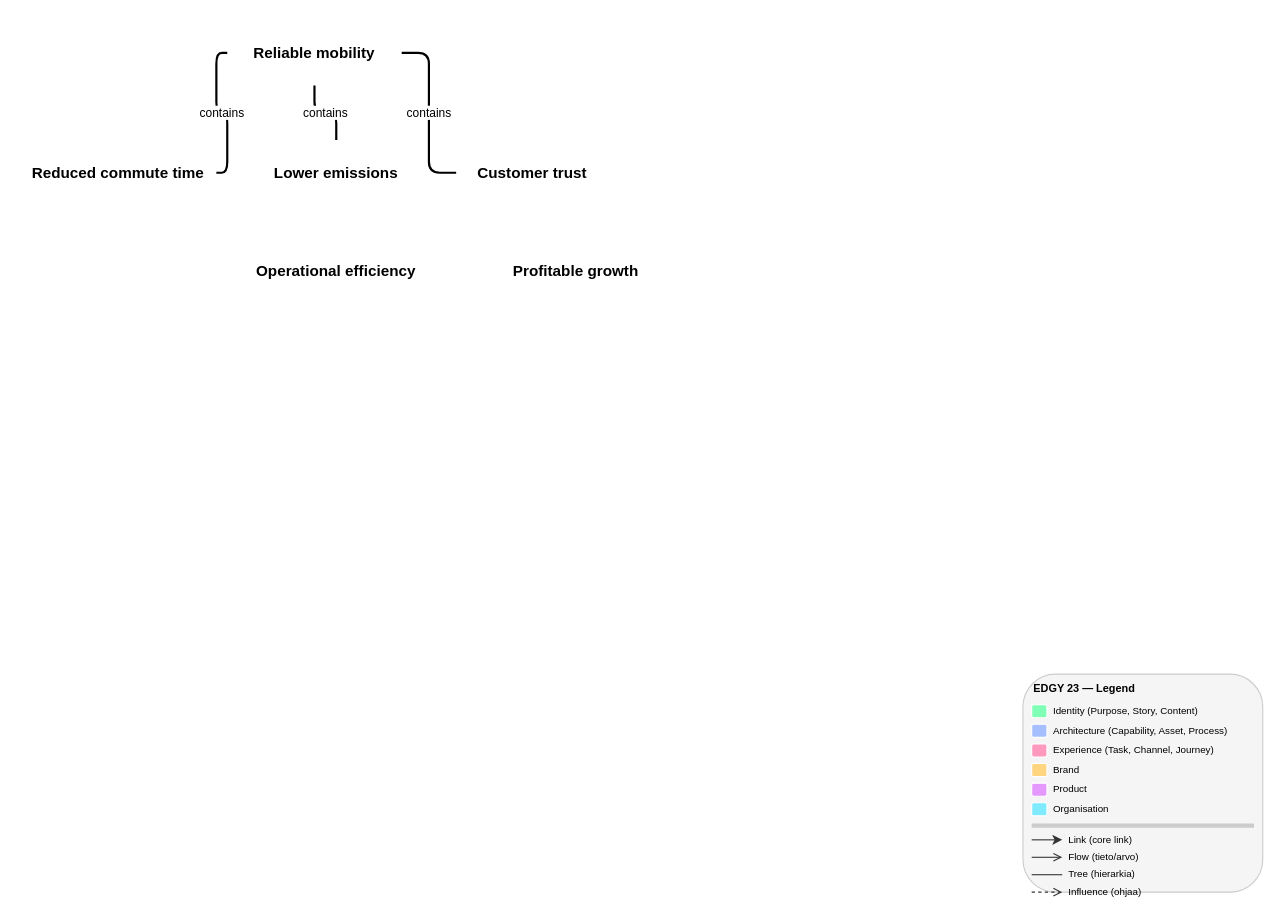
Earlier version of the draw.io diagram skills/documentation/edgy-diagram/examples/expected-outcome.drawio (Rahola/edgy-skills). Source tidied: cells renumbered, new cells numbered last; positions are measured from the earlier drawing's top-left corner, leaving out a move shared by most shapes. Both pictures are drawn from the tidied source at 109%, with x=0, y=0 at pixel (20, 20).
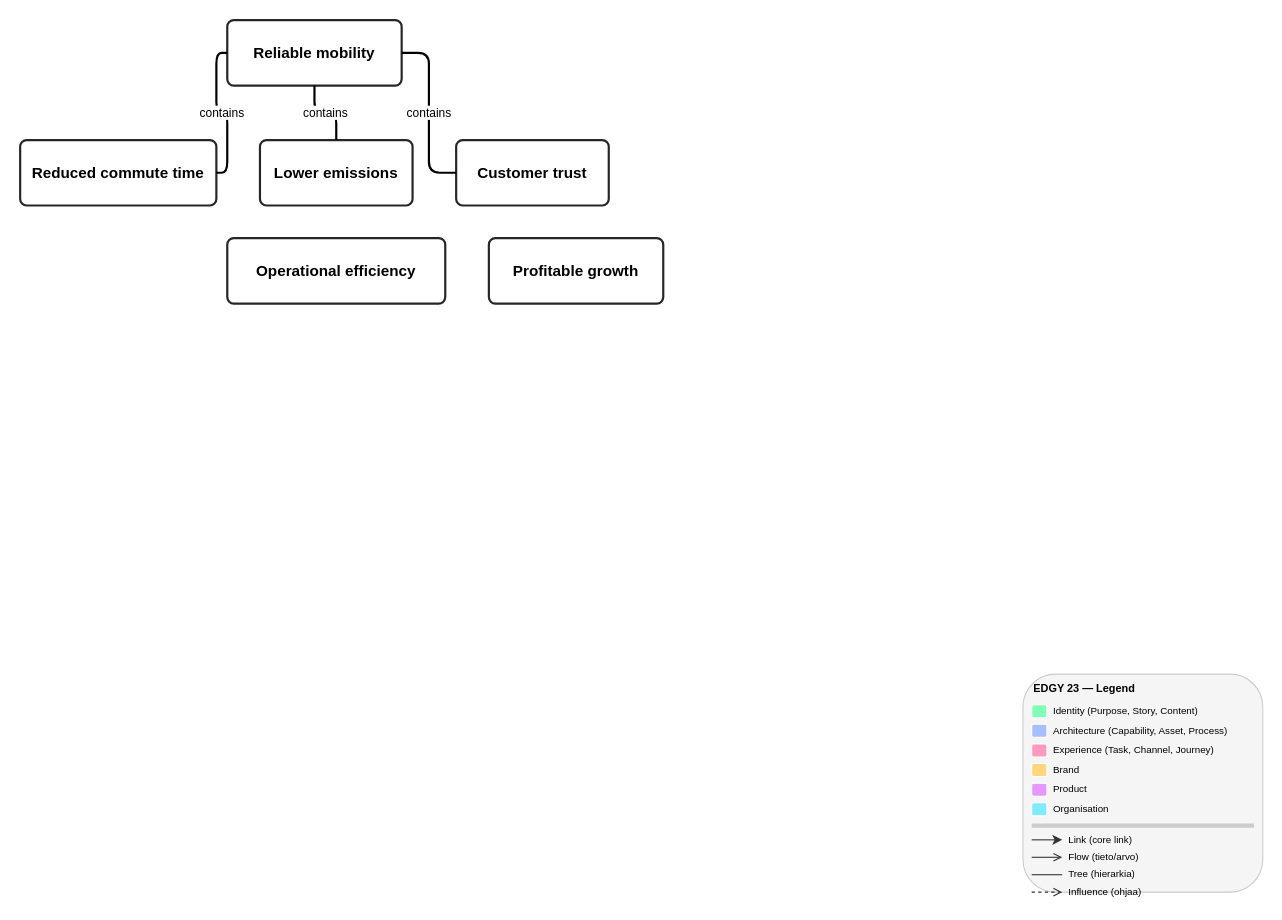
After the change.

What changed in the source:
```diff
@@
-    <mxCell id="2" value="Reliable mobility" style="rounded=1;whiteSpace=wrap;html=1;fillColor=#ffffff;strokeColor=#FFFFFF;strokeWidth=2;arcSize=10;verticalAlign=middle;fontStyle=1;fontSize=14;" parent="1" vertex="1">
+    <mxCell id="2" value="Reliable mobility" style="rounded=1;whiteSpace=wrap;html=1;fillColor=#ffffff;strokeColor=#262626;strokeWidth=2;arcSize=10;verticalAlign=middle;fontStyle=1;fontSize=14;" parent="1" vertex="1">
       <mxGeometry x="190" width="160" height="60" as="geometry" />
     </mxCell>
-    <mxCell id="3" value="Reduced commute time" style="rounded=1;whiteSpace=wrap;html=1;fillColor=#ffffff;strokeColor=#FFFFFF;strokeWidth=2;arcSize=10;verticalAlign=middle;fontStyle=1;fontSize=14;" parent="1" vertex="1">
+    <mxCell id="3" value="Reduced commute time" style="rounded=1;whiteSpace=wrap;html=1;fillColor=#ffffff;strokeColor=#262626;strokeWidth=2;arcSize=10;verticalAlign=middle;fontStyle=1;fontSize=14;" parent="1" vertex="1">
       <mxGeometry y="110" width="180" height="60" as="geometry" />
     </mxCell>
-    <mxCell id="4" value="Lower emissions" style="rounded=1;whiteSpace=wrap;html=1;fillColor=#ffffff;strokeColor=#FFFFFF;strokeWidth=2;arcSize=10;verticalAlign=middle;fontStyle=1;fontSize=14;" parent="1" vertex="1">
+    <mxCell id="4" value="Lower emissions" style="rounded=1;whiteSpace=wrap;html=1;fillColor=#ffffff;strokeColor=#262626;strokeWidth=2;arcSize=10;verticalAlign=middle;fontStyle=1;fontSize=14;" parent="1" vertex="1">
       <mxGeometry x="220" y="110" width="140" height="60" as="geometry" />
     </mxCell>
-    <mxCell id="5" value="Customer trust" style="rounded=1;whiteSpace=wrap;html=1;fillColor=#ffffff;strokeColor=#FFFFFF;strokeWidth=2;arcSize=10;verticalAlign=middle;fontStyle=1;fontSize=14;" parent="1" vertex="1">
+    <mxCell id="5" value="Customer trust" style="rounded=1;whiteSpace=wrap;html=1;fillColor=#ffffff;strokeColor=#262626;strokeWidth=2;arcSize=10;verticalAlign=middle;fontStyle=1;fontSize=14;" parent="1" vertex="1">
       <mxGeometry x="400" y="110" width="140" height="60" as="geometry" />
     </mxCell>
-    <mxCell id="6" value="Operational efficiency" style="rounded=1;whiteSpace=wrap;html=1;fillColor=#ffffff;strokeColor=#FFFFFF;strokeWidth=2;arcSize=10;verticalAlign=middle;fontStyle=1;fontSize=14;" parent="1" vertex="1">
+    <mxCell id="6" value="Operational efficiency" style="rounded=1;whiteSpace=wrap;html=1;fillColor=#ffffff;strokeColor=#262626;strokeWidth=2;arcSize=10;verticalAlign=middle;fontStyle=1;fontSize=14;" parent="1" vertex="1">
       <mxGeometry x="190" y="200" width="200" height="60" as="geometry" />
     </mxCell>
-    <mxCell id="7" value="Profitable growth" style="rounded=1;whiteSpace=wrap;html=1;fillColor=#ffffff;strokeColor=#FFFFFF;strokeWidth=2;arcSize=10;verticalAlign=middle;fontStyle=1;fontSize=14;" parent="1" vertex="1">
+    <mxCell id="7" value="Profitable growth" style="rounded=1;whiteSpace=wrap;html=1;fillColor=#ffffff;strokeColor=#262626;strokeWidth=2;arcSize=10;verticalAlign=middle;fontStyle=1;fontSize=14;" parent="1" vertex="1">
       <mxGeometry x="430" y="200" width="160" height="60" as="geometry" />
     </mxCell>
```
